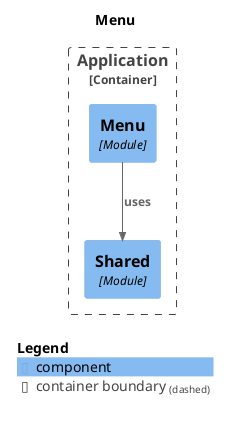
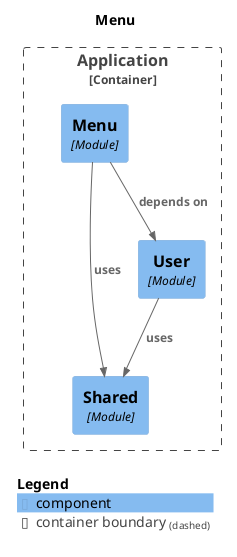
@startuml
set separator none
title Menu

top to bottom direction

!include <C4/C4>
!include <C4/C4_Context>
!include <C4/C4_Component>

Container_Boundary("Application.Application_boundary", "Application", $tags="") {
  Component(Application.Application.Shared, "Shared", $techn="Module", $descr="", $tags="", $link="")
+   Component(Application.Application.User, "User", $techn="Module", $descr="", $tags="", $link="")
  Component(Application.Application.Menu, "Menu", $techn="Module", $descr="", $tags="", $link="")
}

+ Rel(Application.Application.Menu, Application.Application.User, "depends on", $techn="", $tags="", $link="")
Rel(Application.Application.Menu, Application.Application.Shared, "uses", $techn="", $tags="", $link="")
+ Rel(Application.Application.User, Application.Application.Shared, "uses", $techn="", $tags="", $link="")

SHOW_LEGEND(true)
@enduml